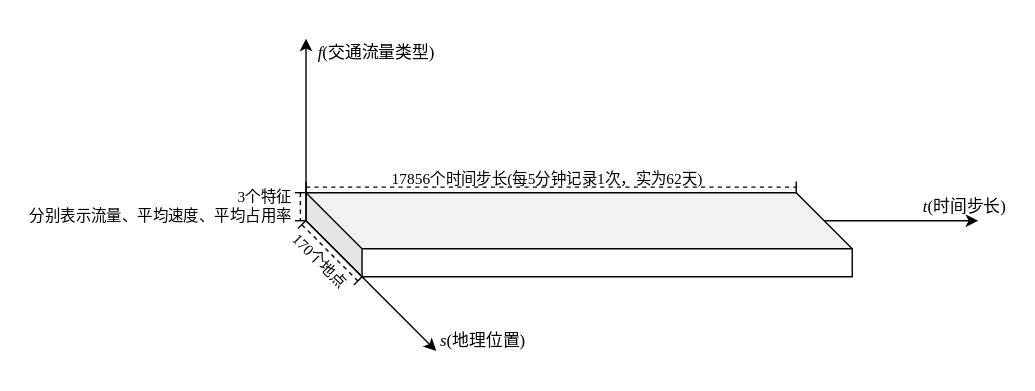
This is images/机器学习/PeMS08数据集格式.svg from Steven-Zhl/Steven-Zhl.github.io, a draw.io export, as it was before one commit. Source tidied: cells renumbered, new cells last; positions are measured from the earlier drawing's top-left corner, leaving out a move shared by most shapes.
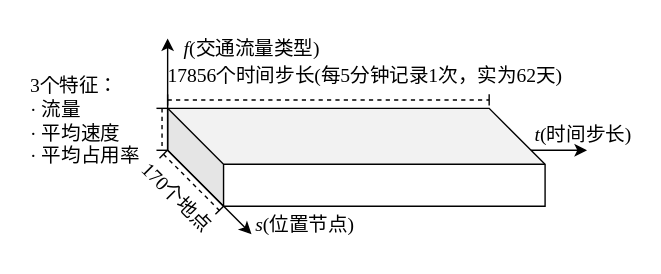
Later version of the same file.

The edit, as a diff of the source:
```diff
@@ -4,71 +4,71 @@
     <mxCell id="1" parent="0" />
     <mxCell id="2" style="endArrow=classic;html=1;rounded=0;" parent="1" edge="1">
       <mxGeometry relative="1" as="geometry">
-        <mxPoint x="4" y="130" as="sourcePoint" />
-        <mxPoint x="484" y="130" as="targetPoint" />
+        <mxPoint x="4" y="140" as="sourcePoint" />
+        <mxPoint x="304" y="140" as="targetPoint" />
       </mxGeometry>
     </mxCell>
-    <mxCell id="3" value="&lt;font style=&quot;font-size: 12px;&quot;&gt;&lt;i style=&quot;font-size: 12px;&quot;&gt;t&lt;/i&gt;(时间步长)&lt;/font&gt;" style="edgeLabel;html=1;align=center;verticalAlign=middle;fontFamily=Times New Roman;labelBackgroundColor=none;fontSize=12;" parent="2" vertex="1">
+    <mxCell id="3" value="&lt;font style=&quot;font-size: 14px;&quot;&gt;&lt;i style=&quot;font-size: 14px;&quot;&gt;t&lt;/i&gt;(时间步长)&lt;/font&gt;" style="edgeLabel;html=1;align=center;verticalAlign=middle;fontFamily=Times New Roman;labelBackgroundColor=none;fontSize=14;" parent="2" vertex="1">
       <mxGeometry x="0.93" y="2" relative="1" as="geometry">
         <mxPoint x="7" y="-8" as="offset" />
       </mxGeometry>
     </mxCell>
     <mxCell id="4" style="shape=cube;whiteSpace=wrap;html=1;boundedLbl=1;backgroundOutline=1;darkOpacity=0.05;darkOpacity2=0.1;size=40;" parent="1" vertex="1">
-      <mxGeometry x="4" y="110" width="390" height="60" as="geometry" />
+      <mxGeometry x="4" y="110" width="270" height="70" as="geometry" />
     </mxCell>
     <mxCell id="5" style="endArrow=classic;html=1;rounded=0;" parent="1" edge="1">
       <mxGeometry relative="1" as="geometry">
-        <mxPoint x="4" y="130" as="sourcePoint" />
-        <mxPoint x="97" y="223" as="targetPoint" />
+        <mxPoint x="4" y="140" as="sourcePoint" />
+        <mxPoint x="64" y="200" as="targetPoint" />
       </mxGeometry>
     </mxCell>
-    <mxCell id="6" value="&lt;font style=&quot;font-size: 12px;&quot;&gt;&lt;i style=&quot;font-size: 12px;&quot;&gt;s&lt;/i&gt;(地理位置)&lt;/font&gt;" style="edgeLabel;html=1;align=center;verticalAlign=middle;fontFamily=Times New Roman;labelBackgroundColor=none;fontSize=12;" parent="5" vertex="1">
+    <mxCell id="6" value="&lt;font style=&quot;font-size: 14px;&quot;&gt;&lt;i style=&quot;font-size: 14px;&quot;&gt;s&lt;/i&gt;(位置节点)&lt;/font&gt;" style="edgeLabel;html=1;align=center;verticalAlign=middle;fontFamily=Times New Roman;labelBackgroundColor=none;fontSize=14;" parent="5" vertex="1">
       <mxGeometry x="0.93" y="2" relative="1" as="geometry">
-        <mxPoint x="35" y="-3" as="offset" />
+        <mxPoint x="39" y="-3" as="offset" />
       </mxGeometry>
     </mxCell>
     <mxCell id="7" style="endArrow=classic;html=1;rounded=0;" parent="1" edge="1">
       <mxGeometry relative="1" as="geometry">
-        <mxPoint x="4" y="130" as="sourcePoint" />
-        <mxPoint x="4" as="targetPoint" />
+        <mxPoint x="4" y="140" as="sourcePoint" />
+        <mxPoint x="4" y="60" as="targetPoint" />
       </mxGeometry>
     </mxCell>
-    <mxCell id="8" value="&lt;i&gt;f&lt;/i&gt;(交通流量类型)" style="edgeLabel;html=1;align=center;verticalAlign=middle;fontFamily=Times New Roman;labelBackgroundColor=none;fontSize=12;" parent="7" vertex="1">
+    <mxCell id="8" value="&lt;i style=&quot;font-size: 14px;&quot;&gt;f&lt;/i&gt;(交通流量类型)" style="edgeLabel;html=1;align=center;verticalAlign=middle;fontFamily=Times New Roman;labelBackgroundColor=none;fontSize=14;" parent="7" vertex="1">
       <mxGeometry x="0.93" y="2" relative="1" as="geometry">
-        <mxPoint x="52" y="5" as="offset" />
+        <mxPoint x="62" y="5" as="offset" />
       </mxGeometry>
     </mxCell>
     <mxCell id="9" style="endArrow=baseDash;startArrow=baseDash;html=1;rounded=0;startFill=0;endFill=0;dashed=1;" parent="1" edge="1">
       <mxGeometry relative="1" as="geometry">
-        <mxPoint x="4" y="106" as="sourcePoint" />
-        <mxPoint x="354" y="106" as="targetPoint" />
+        <mxPoint x="4" y="104" as="sourcePoint" />
+        <mxPoint x="234" y="104" as="targetPoint" />
       </mxGeometry>
     </mxCell>
-    <mxCell id="10" value="17856个时间步长(每5分钟记录1次，实为62天)" style="edgeLabel;html=1;align=center;verticalAlign=middle;labelBackgroundColor=none;fontFamily=Times New Roman;" parent="9" vertex="1">
+    <mxCell id="10" value="17856个时间步长(每5分钟记录1次，实为62天)" style="edgeLabel;html=1;align=center;verticalAlign=middle;labelBackgroundColor=none;fontFamily=Times New Roman;fontSize=14;" parent="9" vertex="1">
       <mxGeometry x="-0.02" relative="1" as="geometry">
-        <mxPoint x="1" y="-6" as="offset" />
+        <mxPoint x="28" y="-16" as="offset" />
       </mxGeometry>
     </mxCell>
     <mxCell id="11" style="endArrow=baseDash;startArrow=baseDash;html=1;rounded=0;startFill=0;endFill=0;dashed=1;" parent="1" edge="1">
       <mxGeometry relative="1" as="geometry">
-        <mxPoint x="1" y="132.8" as="sourcePoint" />
-        <mxPoint x="41" y="173" as="targetPoint" />
+        <mxPoint x="1" y="142.8" as="sourcePoint" />
+        <mxPoint x="41" y="183" as="targetPoint" />
       </mxGeometry>
     </mxCell>
-    <mxCell id="12" value="170个地点" style="edgeLabel;html=1;align=center;verticalAlign=middle;labelBackgroundColor=none;rotation=45;fontFamily=Times New Roman;" parent="11" vertex="1">
+    <mxCell id="12" value="170个地点" style="edgeLabel;html=1;align=center;verticalAlign=middle;labelBackgroundColor=none;rotation=45;fontFamily=Times New Roman;fontSize=14;" parent="11" vertex="1">
       <mxGeometry x="-0.02" relative="1" as="geometry">
-        <mxPoint x="-6" y="6" as="offset" />
+        <mxPoint x="-11" y="11" as="offset" />
       </mxGeometry>
     </mxCell>
     <mxCell id="13" style="endArrow=baseDash;startArrow=baseDash;html=1;rounded=0;startFill=0;endFill=0;dashed=1;" parent="1" edge="1">
       <mxGeometry relative="1" as="geometry">
         <mxPoint y="110" as="sourcePoint" />
-        <mxPoint y="130" as="targetPoint" />
+        <mxPoint y="140" as="targetPoint" />
       </mxGeometry>
     </mxCell>
-    <mxCell id="14" value="3个特征&lt;div&gt;分别表示流量、平均速度、平均占用率&lt;/div&gt;" style="edgeLabel;html=1;align=right;verticalAlign=middle;labelBackgroundColor=none;fontFamily=Times New Roman;" parent="13" vertex="1">
+    <mxCell id="14" value="3个特征：&lt;div&gt;&lt;span style=&quot;background-color: initial;&quot;&gt;· 流量&lt;/span&gt;&lt;div&gt;&lt;div style=&quot;font-size: 14px;&quot;&gt;&lt;span style=&quot;background-color: initial;&quot;&gt;·&lt;/span&gt;&lt;span style=&quot;background-color: initial;&quot;&gt;&amp;nbsp;&lt;/span&gt;平均速度&lt;/div&gt;&lt;div style=&quot;font-size: 14px;&quot;&gt;&lt;span style=&quot;background-color: initial;&quot;&gt;·&lt;/span&gt;&lt;span style=&quot;background-color: initial;&quot;&gt;&amp;nbsp;&lt;/span&gt;平均占用率&lt;/div&gt;&lt;/div&gt;&lt;/div&gt;" style="edgeLabel;html=1;align=left;verticalAlign=middle;labelBackgroundColor=none;fontFamily=Times New Roman;fontSize=14;" parent="13" vertex="1">
       <mxGeometry x="-0.02" relative="1" as="geometry">
-        <mxPoint x="-6" as="offset" />
+        <mxPoint x="-96" y="-5" as="offset" />
       </mxGeometry>
     </mxCell>
   </root>
```
